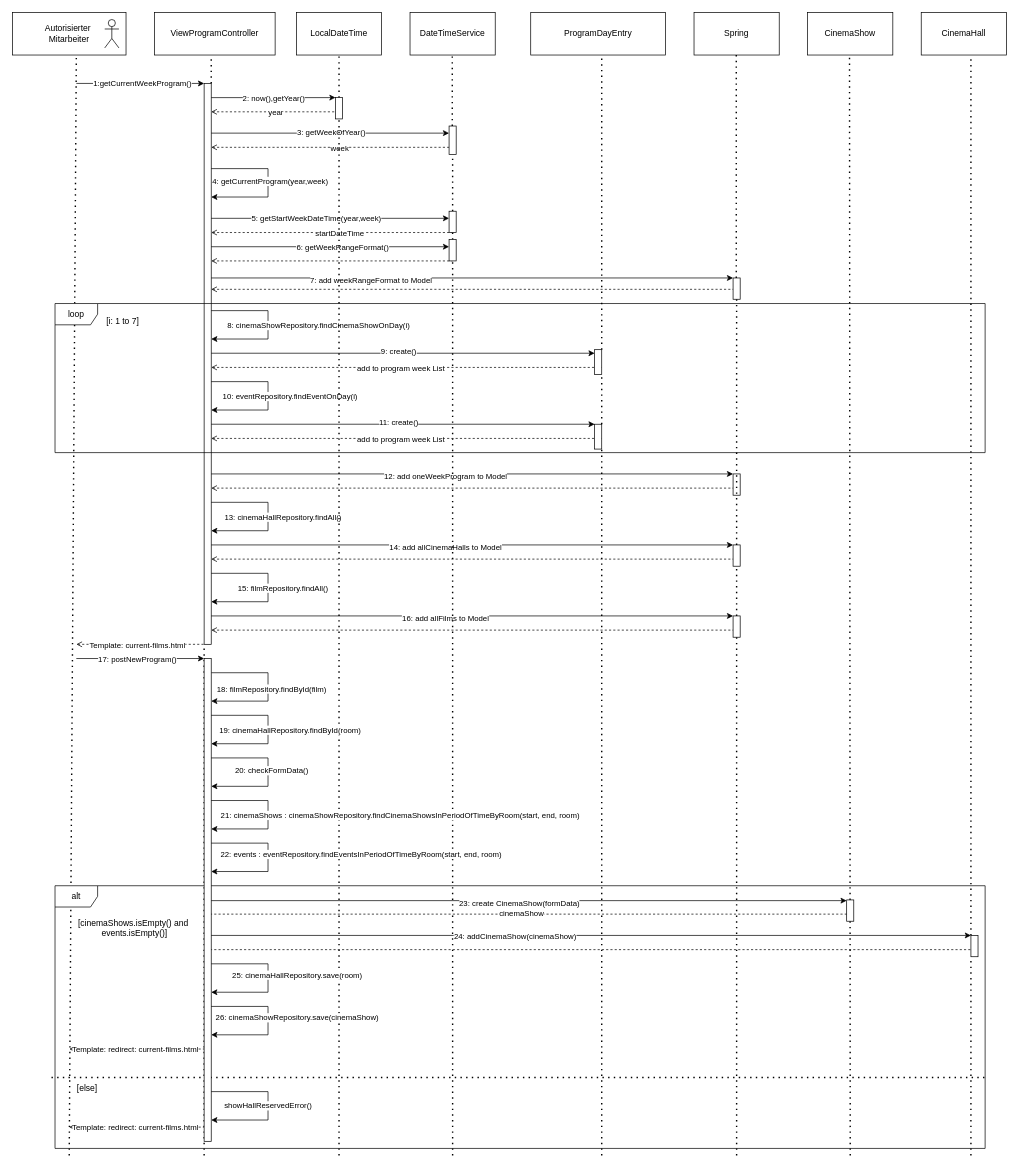
The draw.io diagram src/main/asciidoc/models/design/Verwaltungssystem/verwaltung_sequenz_program.drawio in Leonard0108/Anwendungsprogrammierung, before the edit. Source tidied: cells renumbered, new cells numbered last; positions are measured from the earlier drawing's top-left corner, leaving out a move shared by most shapes. Both pictures are drawn from the tidied source at 71%, with x=0, y=0 at pixel (12, 12).
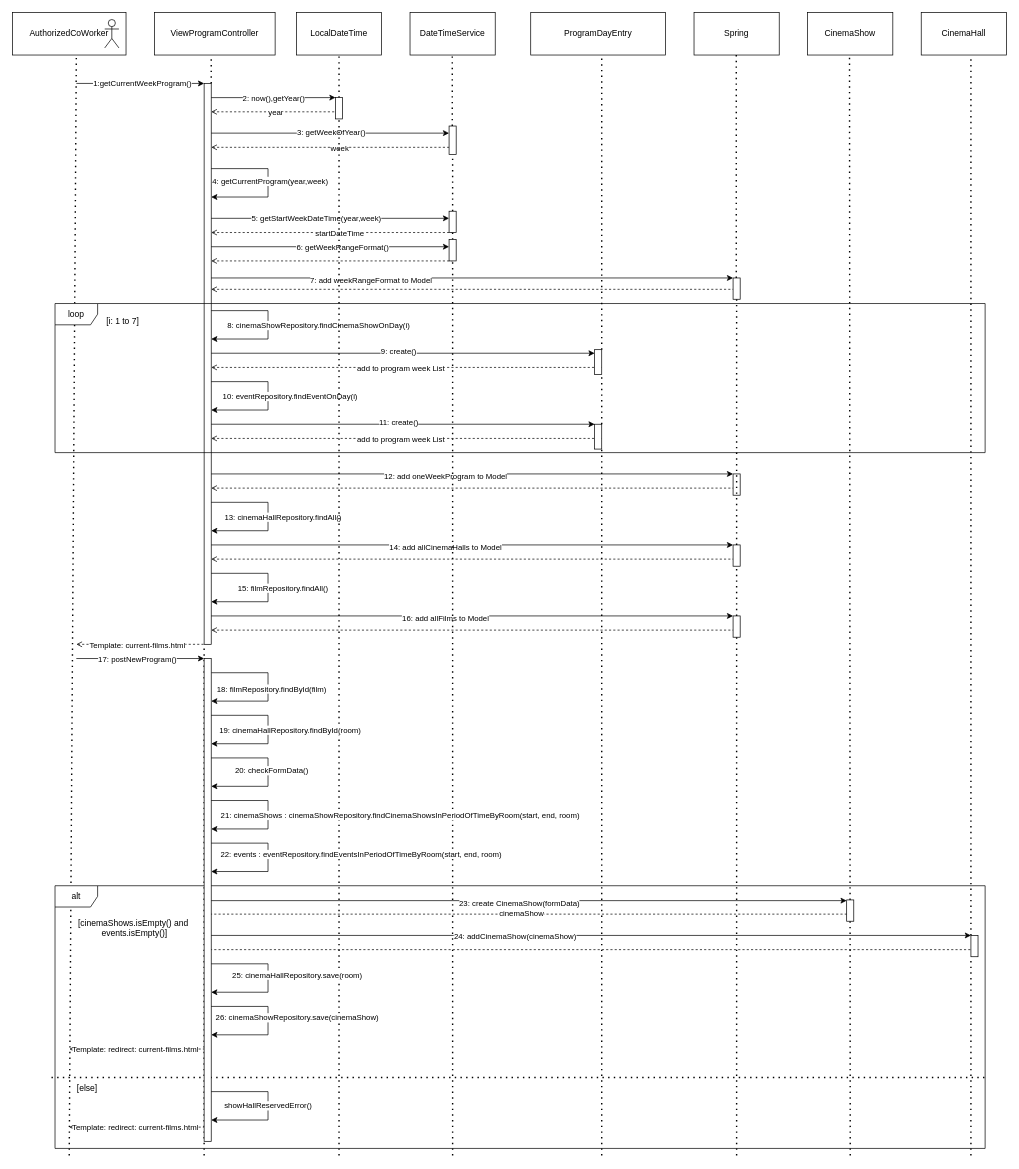
The same page after the edit.

The edit, as a diff of the source:
```diff
@@
-    <mxCell id="2" value="Autorisierter&amp;nbsp;&lt;div&gt;Mitarbeiter&lt;/div&gt;" style="rounded=0;whiteSpace=wrap;html=1;" parent="1" vertex="1">
+    <mxCell id="2" value="AuthorizedCoWorker" style="rounded=0;whiteSpace=wrap;html=1;" parent="1" vertex="1">
       <mxGeometry width="160" height="60" as="geometry" />
     </mxCell>
```
